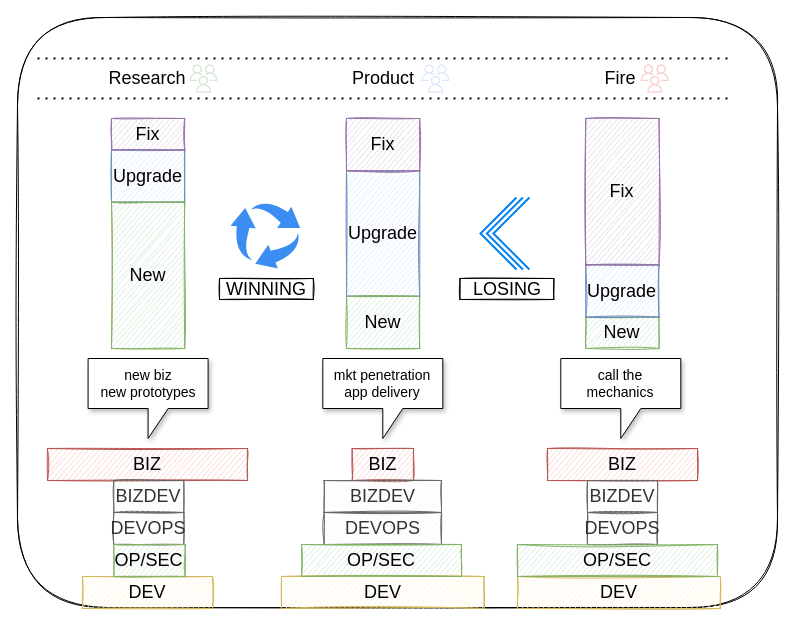
This is page "funplan-funstack-raceteam" (5 of 6) of images/racexp.drawio from nirv-ai/racexp, a draw.io file, before an edit. Source tidied: cells renumbered, new cells numbered last; positions are measured from the earlier drawing's top-left corner, leaving out a move shared by most shapes. Both pictures are drawn from the tidied source at 100%, with x=0, y=0 at pixel (17, 17).
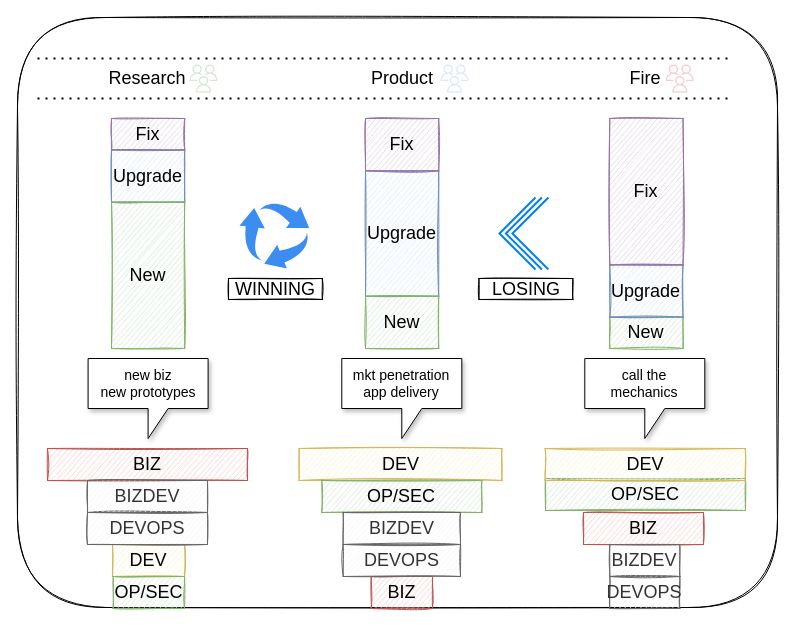
The same page after the edit.

The change refers to these unchanged cells:
```xml
<mxCell id="15" style="group;" parent="1" vertex="1">
  <mxGeometry x="30" y="431" width="202.7" height="160" as="geometry" />
</mxCell>
```

The edit, as a diff of the source:
```diff
@@
     <mxCell id="7" style="group;" parent="1" vertex="1">
-      <mxGeometry x="329" y="101" width="73.2" height="230" as="geometry" />
+      <mxGeometry x="348" y="101" width="73.2" height="230" as="geometry" />
     </mxCell>
@@
     <mxCell id="11" style="group;" parent="1" vertex="1">
-      <mxGeometry x="568.3" y="101" width="67.2" height="230" as="geometry" />
+      <mxGeometry x="592.3" y="101" width="67.2" height="230" as="geometry" />
     </mxCell>
@@
     <mxCell id="17" value="DEV" style="rounded=0;whiteSpace=wrap;html=1;sketch=1;fontSize=18;fillColor=#fff2cc;strokeColor=#d6b656;" parent="15" vertex="1">
-      <mxGeometry x="35" y="128" width="130" height="32" as="geometry" />
+      <mxGeometry x="65" y="96" width="72" height="32" as="geometry" />
     </mxCell>
     <mxCell id="18" value="DEVOPS" style="rounded=0;whiteSpace=wrap;html=1;sketch=1;fontSize=18;fillColor=#f5f5f5;strokeColor=#666666;fontColor=#333333;" parent="15" vertex="1">
-      <mxGeometry x="66.3" y="64" width="70" height="32" as="geometry" />
+      <mxGeometry x="40" y="64" width="120" height="32" as="geometry" />
     </mxCell>
     <mxCell id="19" value="OP/SEC" style="rounded=0;whiteSpace=wrap;html=1;sketch=1;fontSize=18;fillColor=#d5e8d4;strokeColor=#82b366;" parent="15" vertex="1">
-      <mxGeometry x="66.3" y="96" width="71.3" height="32" as="geometry" />
+      <mxGeometry x="65.7" y="128" width="71.3" height="32" as="geometry" />
     </mxCell>
     <mxCell id="20" value="BIZDEV" style="rounded=0;whiteSpace=wrap;html=1;sketch=1;fontSize=18;fillColor=#f5f5f5;strokeColor=#666666;fontColor=#333333;" parent="15" vertex="1">
-      <mxGeometry x="66.3" y="32" width="70" height="32" as="geometry" />
+      <mxGeometry x="40" y="32" width="120" height="32" as="geometry" />
     </mxCell>
     <mxCell id="21" style="group;" parent="1" vertex="1">
-      <mxGeometry x="264" y="431" width="202.7" height="160" as="geometry" />
+      <mxGeometry x="283" y="431" width="202.7" height="160" as="geometry" />
     </mxCell>
     <mxCell id="22" value="BIZ" style="rounded=0;whiteSpace=wrap;html=1;sketch=1;fontSize=18;fillColor=#f8cecc;strokeColor=#b85450;" parent="21" vertex="1">
-      <mxGeometry x="70.7" width="61.3" height="32" as="geometry" />
+      <mxGeometry x="70.7" y="128" width="61.3" height="32" as="geometry" />
     </mxCell>
     <mxCell id="23" value="DEV" style="rounded=0;whiteSpace=wrap;html=1;sketch=1;fontSize=18;fillColor=#fff2cc;strokeColor=#d6b656;" parent="21" vertex="1">
-      <mxGeometry y="128" width="202.7" height="32" as="geometry" />
+      <mxGeometry x="-1.3" width="202.7" height="32" as="geometry" />
     </mxCell>
     <mxCell id="24" value="DEVOPS" style="rounded=0;whiteSpace=wrap;html=1;sketch=1;fontSize=18;fillColor=#f5f5f5;strokeColor=#666666;fontColor=#333333;" parent="21" vertex="1">
-      <mxGeometry x="42.7" y="64" width="117.3" height="32" as="geometry" />
+      <mxGeometry x="42.7" y="96" width="117.3" height="32" as="geometry" />
     </mxCell>
     <mxCell id="25" value="OP/SEC" style="rounded=0;whiteSpace=wrap;html=1;sketch=1;fontSize=18;fillColor=#d5e8d4;strokeColor=#82b366;" parent="21" vertex="1">
-      <mxGeometry x="20" y="96" width="160" height="32" as="geometry" />
+      <mxGeometry x="21.3" y="32" width="160" height="32" as="geometry" />
     </mxCell>
     <mxCell id="26" value="BIZDEV" style="rounded=0;whiteSpace=wrap;html=1;sketch=1;fontSize=18;fillColor=#f5f5f5;strokeColor=#666666;fontColor=#333333;" parent="21" vertex="1">
-      <mxGeometry x="42.7" y="32" width="117.3" height="32" as="geometry" />
+      <mxGeometry x="42.7" y="64" width="117.3" height="32" as="geometry" />
     </mxCell>
-    <mxCell id="27" style="group;" parent="1" vertex="1">
-      <mxGeometry x="500" y="431" width="202.7" height="160" as="geometry" />
-    </mxCell>
-    <mxCell id="28" value="BIZ" style="rounded=0;whiteSpace=wrap;html=1;sketch=1;fontSize=18;fillColor=#f8cecc;strokeColor=#b85450;" parent="27" vertex="1">
-      <mxGeometry x="30" width="150" height="32" as="geometry" />
-    </mxCell>
-    <mxCell id="29" value="DEV" style="rounded=0;whiteSpace=wrap;html=1;sketch=1;fontSize=18;fillColor=#fff2cc;strokeColor=#d6b656;" parent="27" vertex="1">
-      <mxGeometry y="128" width="202.7" height="32" as="geometry" />
-    </mxCell>
-    <mxCell id="30" value="DEVOPS" style="rounded=0;whiteSpace=wrap;html=1;sketch=1;fontSize=18;fillColor=#f5f5f5;strokeColor=#666666;fontColor=#333333;" parent="27" vertex="1">
-      <mxGeometry x="70" y="64" width="70" height="32" as="geometry" />
-    </mxCell>
-    <mxCell id="31" value="OP/SEC" style="rounded=0;whiteSpace=wrap;html=1;sketch=1;fontSize=18;fillColor=#d5e8d4;strokeColor=#82b366;" parent="27" vertex="1">
-      <mxGeometry y="96" width="200" height="32" as="geometry" />
-    </mxCell>
-    <mxCell id="32" value="BIZDEV" style="rounded=0;whiteSpace=wrap;html=1;sketch=1;fontSize=18;fillColor=#f5f5f5;strokeColor=#666666;fontColor=#333333;" parent="27" vertex="1">
-      <mxGeometry x="70" y="32" width="70" height="32" as="geometry" />
-    </mxCell>
@@
     <mxCell id="38" style="group;" parent="1" vertex="1">
-      <mxGeometry x="296" y="47" width="140" height="28" as="geometry" />
+      <mxGeometry x="315" y="47" width="140" height="28" as="geometry" />
     </mxCell>
@@
     <mxCell id="41" style="group;" parent="1" vertex="1">
-      <mxGeometry x="533.3" y="47" width="140" height="28" as="geometry" />
+      <mxGeometry x="558.3" y="47" width="140" height="28" as="geometry" />
     </mxCell>
@@
     <mxCell id="45" value="mkt penetration&lt;br&gt;app delivery" style="shape=callout;whiteSpace=wrap;html=1;perimeter=calloutPerimeter;shadow=1;sketch=0;fontSize=14;" parent="1" vertex="1">
-      <mxGeometry x="305.3" y="341" width="120" height="80" as="geometry" />
+      <mxGeometry x="324.3" y="341" width="120" height="80" as="geometry" />
     </mxCell>
     <mxCell id="46" value="call the&lt;br&gt;mechanics" style="shape=callout;whiteSpace=wrap;html=1;perimeter=calloutPerimeter;shadow=1;sketch=0;fontSize=14;" parent="1" vertex="1">
-      <mxGeometry x="543.3" y="341" width="120" height="80" as="geometry" />
+      <mxGeometry x="567.3" y="341" width="120" height="80" as="geometry" />
     </mxCell>
+    <mxCell id="54" style="group;" parent="1" vertex="1">
+      <mxGeometry x="526" y="431" width="202.7" height="160" as="geometry" />
+    </mxCell>
+    <mxCell id="27" style="group;" parent="54" vertex="1">
+      <mxGeometry width="202.7" height="160" as="geometry" />
+    </mxCell>
+    <mxCell id="28" value="BIZ" style="rounded=0;whiteSpace=wrap;html=1;sketch=1;fontSize=18;fillColor=#f8cecc;strokeColor=#b85450;" parent="27" vertex="1">
+      <mxGeometry x="40" y="64" width="120" height="32" as="geometry" />
+    </mxCell>
+    <mxCell id="30" value="DEVOPS" style="rounded=0;whiteSpace=wrap;html=1;sketch=1;fontSize=18;fillColor=#f5f5f5;strokeColor=#666666;fontColor=#333333;" parent="27" vertex="1">
+      <mxGeometry x="66.3" y="128" width="70" height="32" as="geometry" />
+    </mxCell>
+    <mxCell id="32" value="BIZDEV" style="rounded=0;whiteSpace=wrap;html=1;sketch=1;fontSize=18;fillColor=#f5f5f5;strokeColor=#666666;fontColor=#333333;" parent="27" vertex="1">
+      <mxGeometry x="66.3" y="96" width="70" height="32" as="geometry" />
+    </mxCell>
+    <mxCell id="31" value="OP/SEC" style="rounded=0;whiteSpace=wrap;html=1;sketch=1;fontSize=18;fillColor=#d5e8d4;strokeColor=#82b366;" parent="27" vertex="1">
+      <mxGeometry x="2" y="30" width="200" height="32" as="geometry" />
+    </mxCell>
+    <mxCell id="29" value="DEV" style="rounded=0;whiteSpace=wrap;html=1;sketch=1;fontSize=18;fillColor=#fff2cc;strokeColor=#d6b656;" parent="54" vertex="1">
+      <mxGeometry x="1.7" width="200" height="32" as="geometry" />
+    </mxCell>
+    <mxCell id="55" style="group;" parent="1" vertex="1">
+      <mxGeometry x="211" y="184.8" width="93.8" height="97.2" as="geometry" />
+    </mxCell>
-    <mxCell id="47" style="sketch=0;html=1;strokeColor=none;shadow=0;align=center;verticalAlign=top;fillColor=#3B8DF1;shape=mxgraph.gcp2.arrow_cycle;" parent="1" vertex="1">
-      <mxGeometry x="213" y="184.8" width="69.7" height="66.2" as="geometry" />
+    <mxCell id="47" style="sketch=0;html=1;strokeColor=none;shadow=0;align=center;verticalAlign=top;fillColor=#3B8DF1;shape=mxgraph.gcp2.arrow_cycle;" parent="55" vertex="1">
+      <mxGeometry x="11" width="69.7" height="66.2" as="geometry" />
     </mxCell>
+    <mxCell id="52" value="WINNING" style="rounded=0;whiteSpace=wrap;html=1;sketch=1;fontSize=18;" parent="55" vertex="1">
+      <mxGeometry y="76.2" width="93.8" height="21" as="geometry" />
+    </mxCell>
+    <mxCell id="56" style="group;" parent="1" vertex="1">
+      <mxGeometry x="461.5" y="180" width="93.8" height="102" as="geometry" />
+    </mxCell>
-    <mxCell id="48" style="group;" parent="1" vertex="1">
-      <mxGeometry x="463" y="180" width="48.9" height="72" as="geometry" />
+    <mxCell id="48" style="group;" parent="56" vertex="1">
+      <mxGeometry x="20.5" width="48.9" height="72" as="geometry" />
     </mxCell>
@@
-    <mxCell id="52" value="WINNING" style="rounded=0;whiteSpace=wrap;html=1;sketch=1;fontSize=18;" parent="1" vertex="1">
-      <mxGeometry x="202" y="261" width="93.8" height="21" as="geometry" />
-    </mxCell>
-    <mxCell id="53" value="LOSING" style="rounded=0;whiteSpace=wrap;html=1;sketch=1;fontSize=18;" parent="1" vertex="1">
-      <mxGeometry x="442.5" y="261" width="93.8" height="21" as="geometry" />
+    <mxCell id="53" value="LOSING" style="rounded=0;whiteSpace=wrap;html=1;sketch=1;fontSize=18;" parent="56" vertex="1">
+      <mxGeometry y="81" width="93.8" height="21" as="geometry" />
     </mxCell>
```
